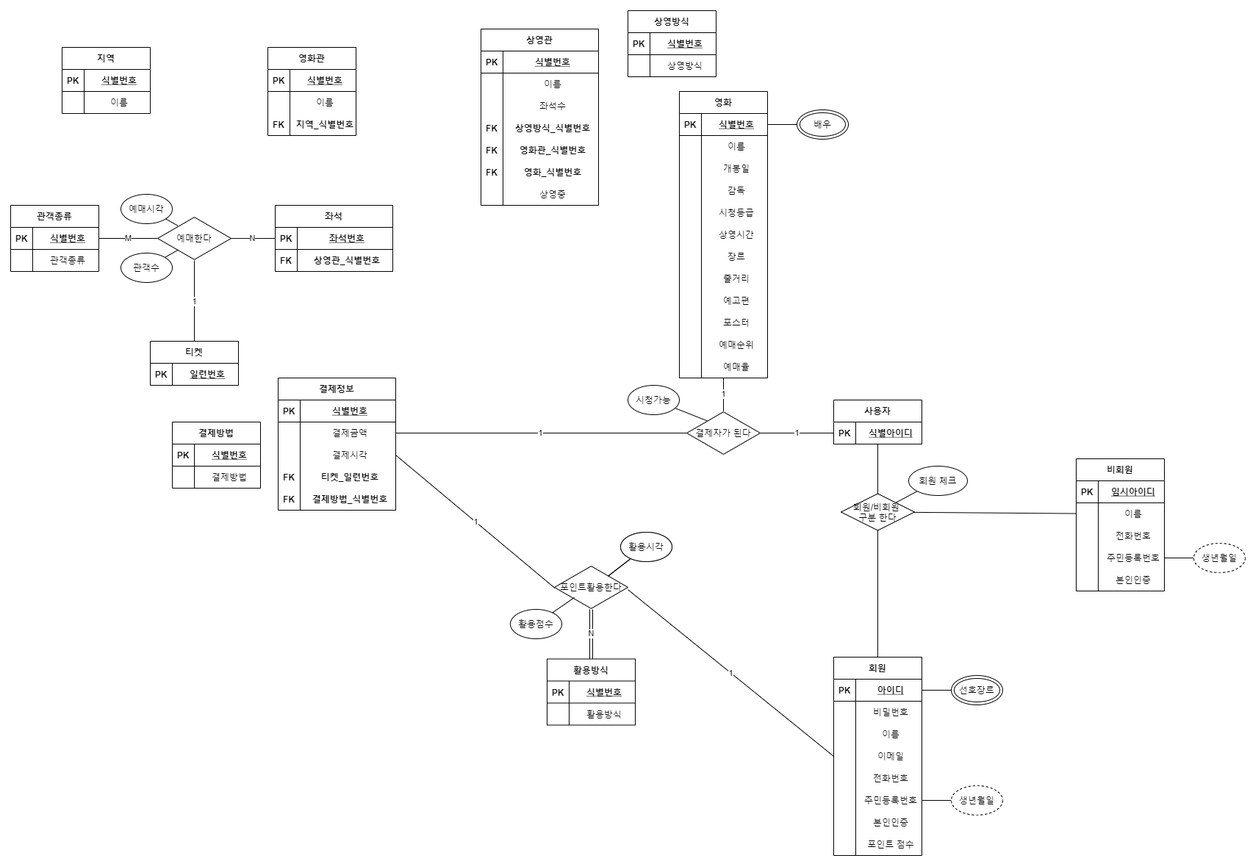
Cinema-System/My-Cinema keeps this draw.io diagram as img/0513_step04.png. Above is the earlier version. Source tidied: cells renumbered, new cells last; positions are measured from the earlier drawing's top-left corner, leaving out a move shared by most shapes.
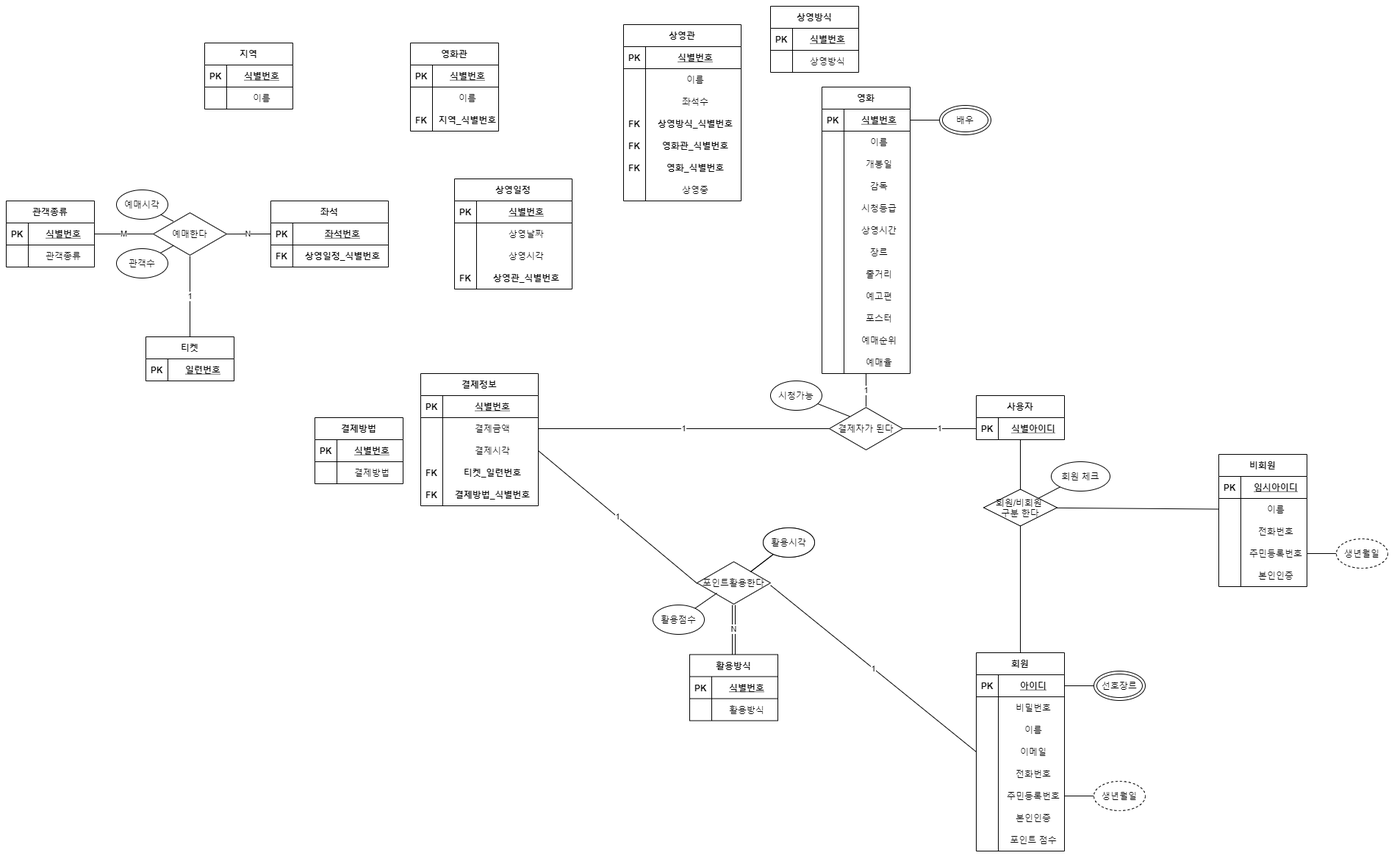
The same diagram one commit later.

What changed in the source:
```diff
@@ -141,7 +141,7 @@
       <mxGeometry x="30" width="90" height="30" as="geometry" />
     </mxCell>
     <mxCell id="48" value="좌석" style="shape=table;startSize=30;rowLines=0;fontStyle=1;align=center;" parent="1" vertex="1">
-      <mxGeometry x="360" y="265" width="160" height="90" as="geometry" />
+      <mxGeometry x="160" y="265" width="160" height="90" as="geometry" />
     </mxCell>
     <mxCell id="49" style="shape=partialRectangle;fillColor=none;top=0;left=0;bottom=1;right=0;align=center;" parent="48" vertex="1">
       <mxGeometry y="30" width="160" height="30" as="geometry" />
@@ -158,7 +158,7 @@
     <mxCell id="53" value="FK" style="shape=partialRectangle;fillColor=none;top=0;left=0;bottom=0;right=0;fontStyle=1;overflow=hidden;align=center;" parent="52" vertex="1">
       <mxGeometry width="30" height="30" as="geometry" />
     </mxCell>
-    <mxCell id="54" value="상영관_식별번호" style="shape=partialRectangle;fillColor=none;top=0;left=0;bottom=0;right=0;align=center;spacingLeft=6;fontStyle=1;overflow=hidden;" parent="52" vertex="1">
+    <mxCell id="54" value="상영일정_식별번호" style="shape=partialRectangle;fillColor=none;top=0;left=0;bottom=0;right=0;align=center;spacingLeft=6;fontStyle=1;overflow=hidden;" parent="52" vertex="1">
       <mxGeometry x="30" width="130" height="30" as="geometry" />
     </mxCell>
     <mxCell id="55" value="N" style="edgeStyle=none;rounded=0;jettySize=auto;html=1;endArrow=none;endFill=0;strokeColor=#000000;entryX=0;entryY=0.5;entryDx=0;entryDy=0;exitX=0.993;exitY=0.502;exitDx=0;exitDy=0;exitPerimeter=0;" parent="1" edge="1" source="58" target="48">
@@ -171,16 +171,16 @@
       <mxGeometry relative="1" as="geometry" />
     </mxCell>
     <mxCell id="58" value="예매한다" style="html=1;whiteSpace=wrap;shape=isoRectangle;align=center;" parent="1" vertex="1">
-      <mxGeometry x="200" y="280" width="100" height="60" as="geometry" />
+      <mxGeometry y="280" width="100" height="60" as="geometry" />
     </mxCell>
     <mxCell id="59" style="edgeStyle=none;rounded=0;jettySize=auto;html=1;entryX=0.28;entryY=0.761;entryDx=0;entryDy=0;entryPerimeter=0;endArrow=none;endFill=0;strokeColor=#000000;" parent="1" edge="1" source="60" target="58">
       <mxGeometry relative="1" as="geometry" />
     </mxCell>
     <mxCell id="60" value="관객수" style="ellipse;whiteSpace=wrap;html=1;align=center;" parent="1" vertex="1">
-      <mxGeometry x="150" y="330" width="70" height="40" as="geometry" />
+      <mxGeometry x="-50" y="330" width="70" height="40" as="geometry" />
     </mxCell>
     <mxCell id="61" value="관객종류" style="shape=table;startSize=30;rowLines=0;fontStyle=1;align=center;" parent="1" vertex="1">
-      <mxGeometry y="265" width="120" height="90" as="geometry" />
+      <mxGeometry x="-200" y="265" width="120" height="90" as="geometry" />
     </mxCell>
     <mxCell id="62" style="shape=partialRectangle;fillColor=none;top=0;left=0;bottom=1;right=0;points=[[0,0.5],[1,0.5]];portConstraint=eastwest;align=center;" parent="61" vertex="1">
       <mxGeometry y="30" width="120" height="30" as="geometry" />
@@ -204,10 +204,10 @@
       <mxGeometry relative="1" as="geometry" />
     </mxCell>
     <mxCell id="69" value="예매시각" style="ellipse;whiteSpace=wrap;html=1;align=center;" parent="1" vertex="1">
-      <mxGeometry x="150" y="250" width="70" height="40" as="geometry" />
+      <mxGeometry x="-50" y="250" width="70" height="40" as="geometry" />
     </mxCell>
     <mxCell id="70" value="티켓" style="shape=table;startSize=30;rowLines=0;fontStyle=1;align=center;" parent="1" vertex="1">
-      <mxGeometry x="190" y="450" width="120" height="60" as="geometry" />
+      <mxGeometry x="-10" y="450" width="120" height="60" as="geometry" />
     </mxCell>
     <mxCell id="71" style="shape=partialRectangle;fillColor=none;top=0;left=0;bottom=1;right=0;align=center;" parent="70" vertex="1">
       <mxGeometry y="30" width="120" height="30" as="geometry" />
@@ -654,5 +654,44 @@
         <mxPoint x="524" y="605" as="sourcePoint" />
       </mxGeometry>
     </mxCell>
+    <mxCell id="216" value="상영일정" style="shape=table;startSize=30;rowLines=0;fontStyle=1;align=center;" parent="1" vertex="1">
+      <mxGeometry x="410" y="235" width="160" height="150" as="geometry" />
+    </mxCell>
+    <mxCell id="217" style="shape=partialRectangle;fillColor=none;top=0;left=0;bottom=1;right=0;align=center;" parent="216" vertex="1">
+      <mxGeometry y="30" width="160" height="30" as="geometry" />
+    </mxCell>
+    <mxCell id="218" value="PK" style="shape=partialRectangle;fillColor=none;top=0;left=0;bottom=0;right=0;fontStyle=1;overflow=hidden;align=center;" parent="217" vertex="1">
+      <mxGeometry width="30" height="30" as="geometry" />
+    </mxCell>
+    <mxCell id="219" value="식별번호" style="shape=partialRectangle;fillColor=none;top=0;left=0;bottom=0;right=0;align=center;spacingLeft=6;fontStyle=5;overflow=hidden;" parent="217" vertex="1">
+      <mxGeometry x="30" width="130" height="30" as="geometry" />
+    </mxCell>
+    <mxCell id="220" style="shape=partialRectangle;fillColor=none;top=0;left=0;bottom=0;right=0;align=center;" parent="216" vertex="1">
+      <mxGeometry y="60" width="160" height="30" as="geometry" />
+    </mxCell>
+    <mxCell id="221" style="shape=partialRectangle;fillColor=none;top=0;left=0;bottom=0;right=0;overflow=hidden;align=center;" parent="220" vertex="1">
+      <mxGeometry width="30" height="30" as="geometry" />
+    </mxCell>
+    <mxCell id="222" value="상영날짜" style="shape=partialRectangle;fillColor=none;top=0;left=0;bottom=0;right=0;align=center;spacingLeft=6;overflow=hidden;" parent="220" vertex="1">
+      <mxGeometry x="30" width="130" height="30" as="geometry" />
+    </mxCell>
+    <mxCell id="223" style="shape=partialRectangle;fillColor=none;top=0;left=0;bottom=0;right=0;align=center;" parent="216" vertex="1">
+      <mxGeometry y="90" width="160" height="30" as="geometry" />
+    </mxCell>
+    <mxCell id="224" style="shape=partialRectangle;fillColor=none;top=0;left=0;bottom=0;right=0;overflow=hidden;align=center;" parent="223" vertex="1">
+      <mxGeometry width="30" height="30" as="geometry" />
+    </mxCell>
+    <mxCell id="225" value="상영시각" style="shape=partialRectangle;fillColor=none;top=0;left=0;bottom=0;right=0;align=center;spacingLeft=6;overflow=hidden;" parent="223" vertex="1">
+      <mxGeometry x="30" width="130" height="30" as="geometry" />
+    </mxCell>
+    <mxCell id="226" style="shape=partialRectangle;fillColor=none;top=0;left=0;bottom=0;right=0;align=center;" parent="216" vertex="1">
+      <mxGeometry y="120" width="160" height="30" as="geometry" />
+    </mxCell>
+    <mxCell id="227" value="FK" style="shape=partialRectangle;fillColor=none;top=0;left=0;bottom=0;right=0;overflow=hidden;align=center;fontStyle=1;" parent="226" vertex="1">
+      <mxGeometry width="30" height="30" as="geometry" />
+    </mxCell>
+    <mxCell id="228" value="상영관_식별번호" style="shape=partialRectangle;fillColor=none;top=0;left=0;bottom=0;right=0;align=center;spacingLeft=6;overflow=hidden;fontStyle=1;" parent="226" vertex="1">
+      <mxGeometry x="30" width="130" height="30" as="geometry" />
+    </mxCell>
   </root>
 </mxGraphModel>
```
